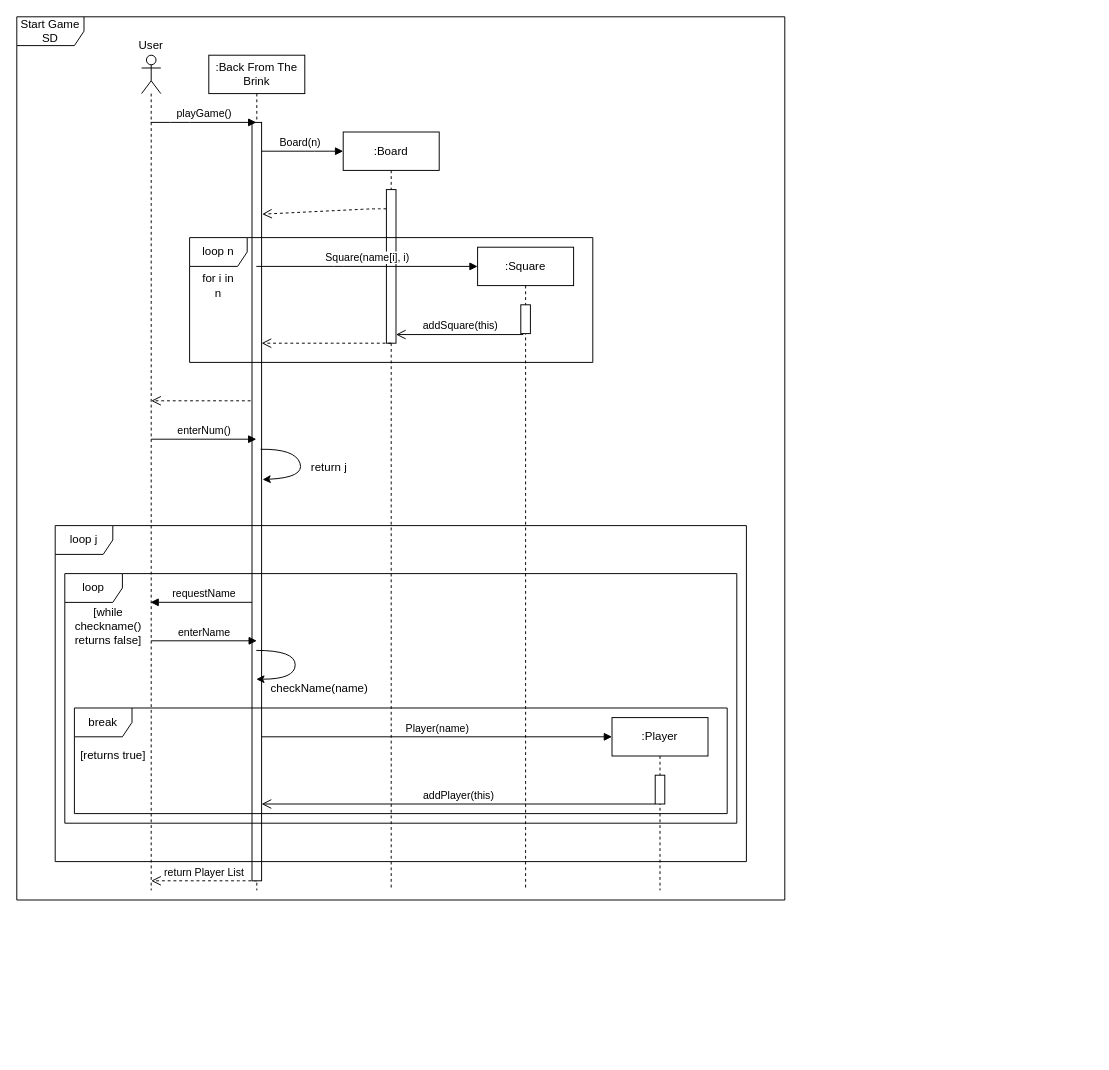
Earlier version of the draw.io diagram Start Game SD (draft).drawio (cmcgarry5/csc2058-2021-g25). Source tidied: cells renumbered, new cells numbered last; positions are measured from the earlier drawing's top-left corner, leaving out a move shared by most shapes. Both pictures are drawn from the tidied source at 96%, with x=0, y=0 at pixel (16, 16).
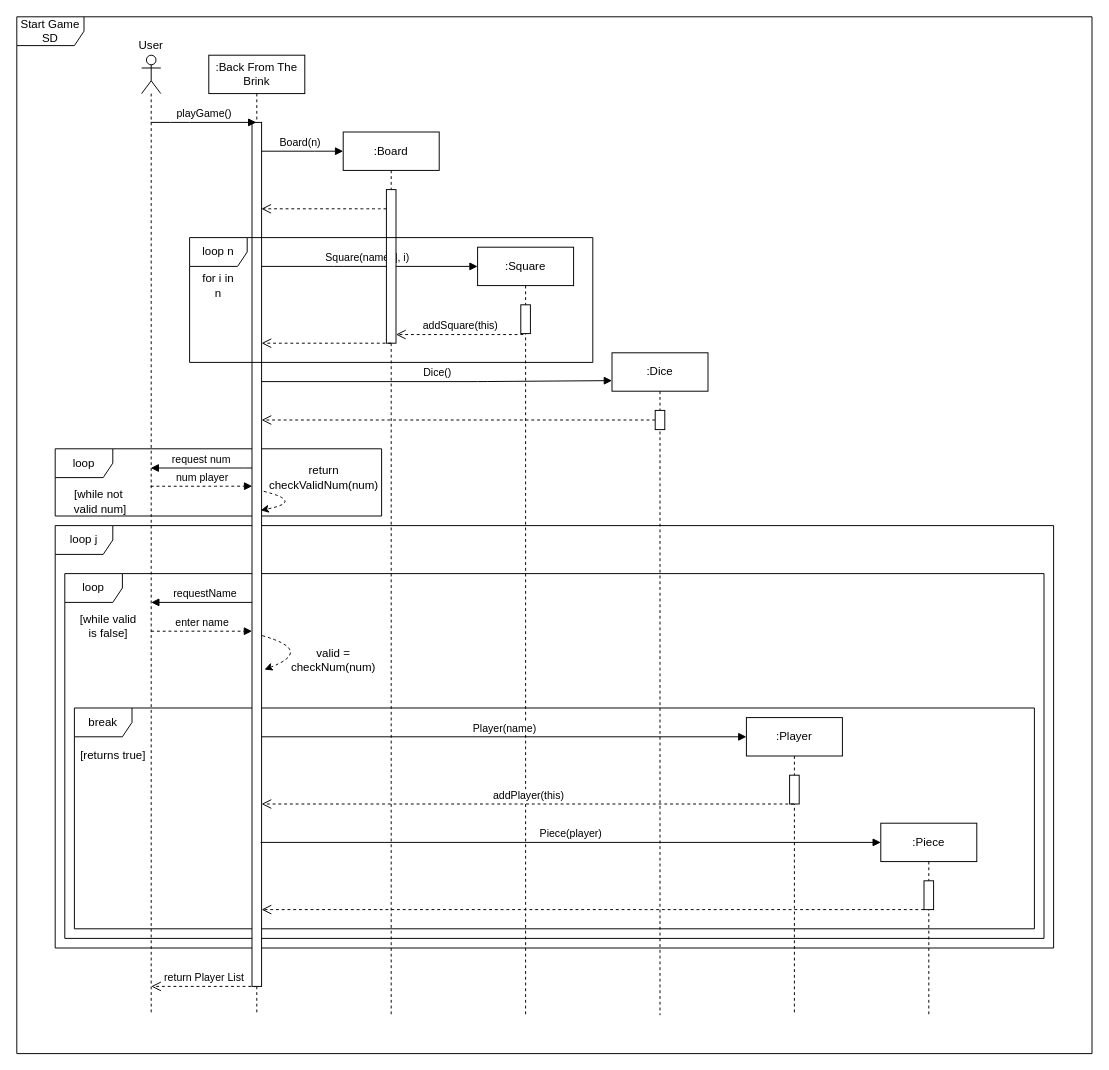
The same diagram, later.

Unchanged cells that the change refers to:
```xml
<mxCell id="12" style="html=1;points=[];perimeter=orthogonalPerimeter;" parent="11" vertex="1">
  <mxGeometry x="45" y="60" width="10" height="160" as="geometry" />
</mxCell>
<mxCell id="18" style="html=1;points=[];perimeter=orthogonalPerimeter;" parent="17" vertex="1">
  <mxGeometry x="45" y="60" width="10" height="30" as="geometry" />
</mxCell>
```

The edit, as a diff of the source:
```diff
@@
+    <mxCell id="19" value="Square(name[i], i)" style="html=1;verticalAlign=bottom;endArrow=block;" parent="1" edge="1" source="8">
+      <mxGeometry relative="1" as="geometry">
+        <mxPoint x="480" y="260" as="targetPoint" />
+        <Array as="points">
+          <mxPoint x="330" y="260" />
+        </Array>
+      </mxGeometry>
+    </mxCell>
+    <mxCell id="33" value="break" style="shape=umlFrame;whiteSpace=wrap;html=1;" parent="1" vertex="1">
+      <mxGeometry x="60" y="720" width="1000" height="230" as="geometry" />
+    </mxCell>
+    <mxCell id="36" value="Start Game SD" style="shape=umlFrame;whiteSpace=wrap;html=1;width=70;height=30;" parent="1" vertex="1">
+      <mxGeometry width="1120" height="1080" as="geometry" />
+    </mxCell>
+    <mxCell id="35" value="loop j" style="shape=umlFrame;whiteSpace=wrap;html=1;" parent="1" vertex="1">
+      <mxGeometry x="40" y="530" width="1040" height="440" as="geometry" />
+    </mxCell>
+    <mxCell id="37" value="loop" style="shape=umlFrame;whiteSpace=wrap;html=1;" parent="1" vertex="1">
+      <mxGeometry x="40" y="450" width="340" height="70" as="geometry" />
+    </mxCell>
+    <mxCell id="34" value="loop" style="shape=umlFrame;whiteSpace=wrap;html=1;" parent="1" vertex="1">
+      <mxGeometry x="50" y="580" width="1020" height="380" as="geometry" />
+    </mxCell>
@@
-    <mxCell id="3" style="html=1;verticalAlign=bottom;endArrow=open;dashed=1;endSize=8;" parent="1" edge="1" source="8">
-      <mxGeometry relative="1" as="geometry">
-        <mxPoint x="140" y="400" as="targetPoint" />
-      </mxGeometry>
-    </mxCell>
     <mxCell id="4" value="return Player List" style="html=1;verticalAlign=bottom;endArrow=open;dashed=1;endSize=8;" parent="1" edge="1">
       <mxGeometry relative="1" as="geometry">
-        <mxPoint x="250.2" y="900" as="sourcePoint" />
-        <mxPoint x="140" y="900" as="targetPoint" />
+        <mxPoint x="250.2" y="1010" as="sourcePoint" />
+        <mxPoint x="140" y="1010" as="targetPoint" />
         <Array as="points">
-          <mxPoint x="220.7" y="900" />
+          <mxPoint x="220.7" y="1010" />
         </Array>
       </mxGeometry>
     </mxCell>
     <mxCell id="5" value="requestName" style="html=1;verticalAlign=bottom;endArrow=block;exitX=0.5;exitY=0.63;exitDx=0;exitDy=0;exitPerimeter=0;" parent="1" edge="1">
       <mxGeometry relative="1" as="geometry">
-        <mxPoint x="250" y="609.9" as="sourcePoint" />
-        <mxPoint x="139.3" y="609.9" as="targetPoint" />
+        <mxPoint x="250.7" y="610" as="sourcePoint" />
+        <mxPoint x="140" y="610" as="targetPoint" />
       </mxGeometry>
     </mxCell>
-    <mxCell id="6" style="html=1;verticalAlign=bottom;endArrow=open;dashed=1;endSize=8;entryX=1.06;entryY=0.121;entryDx=0;entryDy=0;entryPerimeter=0;" parent="1" edge="1" source="12" target="9">
+    <mxCell id="6" style="html=1;verticalAlign=bottom;endArrow=open;dashed=1;endSize=8;entryX=0.976;entryY=0.1;entryDx=0;entryDy=0;entryPerimeter=0;" parent="1" edge="1" source="12" target="9">
       <mxGeometry relative="1" as="geometry">
         <Array as="points">
           <mxPoint x="370" y="200" />
         </Array>
       </mxGeometry>
     </mxCell>
     <mxCell id="7" style="shape=umlLifeline;participant=umlActor;perimeter=lifelinePerimeter;whiteSpace=wrap;html=1;verticalAlign=top;spacingTop=36;outlineConnect=0;" parent="1" vertex="1">
-      <mxGeometry x="130" y="40" width="20" height="870" as="geometry" />
+      <mxGeometry x="130" y="40" width="20" height="1000" as="geometry" />
     </mxCell>
     <mxCell id="8" value=":Back From The Brink" style="shape=umlLifeline;perimeter=lifelinePerimeter;whiteSpace=wrap;html=1;outlineConnect=0;" parent="1" vertex="1">
-      <mxGeometry x="200" y="40" width="100" height="870" as="geometry" />
+      <mxGeometry x="200" y="40" width="100" height="1000" as="geometry" />
     </mxCell>
     <mxCell id="9" style="html=1;points=[];perimeter=orthogonalPerimeter;" parent="8" vertex="1">
-      <mxGeometry x="45" y="70" width="10" height="790" as="geometry" />
+      <mxGeometry x="45" y="70" width="10" height="900" as="geometry" />
     </mxCell>
-    <mxCell id="10" style="curved=1;endArrow=classic;html=1;exitX=0.9;exitY=0.431;exitDx=0;exitDy=0;exitPerimeter=0;" parent="8" edge="1" source="9">
-      <mxGeometry relative="1" as="geometry">
-        <mxPoint x="56" y="442" as="targetPoint" />
-        <Array as="points">
-          <mxPoint x="90" y="410" />
-          <mxPoint x="100" y="440" />
-        </Array>
-      </mxGeometry>
-    </mxCell>
+    <mxCell id="38" style="curved=1;endArrow=classic;html=1;dashed=1;entryX=0.9;entryY=0.449;entryDx=0;entryDy=0;entryPerimeter=0;exitX=1.22;exitY=0.427;exitDx=0;exitDy=0;exitPerimeter=0;" parent="8" edge="1" source="9" target="9">
+      <mxGeometry relative="1" as="geometry">
+        <Array as="points">
+          <mxPoint x="100" y="465" />
+        </Array>
+      </mxGeometry>
+    </mxCell>
+    <mxCell id="39" style="curved=1;endArrow=classic;html=1;dashed=1;exitX=1.06;exitY=0.594;exitDx=0;exitDy=0;exitPerimeter=0;" parent="8" edge="1" source="9">
+      <mxGeometry relative="1" as="geometry">
+        <mxPoint x="58" y="640" as="targetPoint" />
+        <Array as="points">
+          <mxPoint x="110" y="620" />
+        </Array>
+      </mxGeometry>
+    </mxCell>
     <mxCell id="11" value=":Board" style="shape=umlLifeline;perimeter=lifelinePerimeter;whiteSpace=wrap;html=1;" parent="1" vertex="1">
-      <mxGeometry x="340" y="120" width="100" height="790" as="geometry" />
+      <mxGeometry x="340" y="120" width="100" height="920" as="geometry" />
     </mxCell>
@@
     <mxCell id="17" value=":Square" style="shape=umlLifeline;perimeter=lifelinePerimeter;whiteSpace=wrap;html=1;" parent="1" vertex="1">
-      <mxGeometry x="480" y="240" width="100" height="670" as="geometry" />
+      <mxGeometry x="480" y="240" width="100" height="800" as="geometry" />
     </mxCell>
@@
-    <mxCell id="19" value="Square(name[i], i)" style="html=1;verticalAlign=bottom;endArrow=block;" parent="1" edge="1" source="8">
-      <mxGeometry relative="1" as="geometry">
-        <mxPoint x="480" y="260" as="targetPoint" />
-        <Array as="points">
-          <mxPoint x="330" y="260" />
-        </Array>
-      </mxGeometry>
-    </mxCell>
-    <mxCell id="20" value="addSquare(this)" style="html=1;verticalAlign=bottom;endArrow=open;endSize=8;exitX=0.26;exitY=1.033;exitDx=0;exitDy=0;exitPerimeter=0;" parent="1" edge="1" source="18" target="12">
+    <mxCell id="20" value="addSquare(this)" style="html=1;verticalAlign=bottom;endArrow=open;endSize=8;exitX=0.26;exitY=1.033;exitDx=0;exitDy=0;exitPerimeter=0;dashed=1;" parent="1" edge="1" source="18" target="12">
       <mxGeometry relative="1" as="geometry" />
     </mxCell>
@@
-    <mxCell id="22" value="enterNum()" style="html=1;verticalAlign=bottom;endArrow=block;" parent="1" edge="1" target="8">
+    <mxCell id="22" value="num player" style="html=1;verticalAlign=bottom;endArrow=block;dashed=1;entryX=0.02;entryY=0.421;entryDx=0;entryDy=0;entryPerimeter=0;" parent="1" edge="1" source="7" target="9">
       <mxGeometry relative="1" as="geometry">
-        <mxPoint x="140" y="440" as="sourcePoint" />
+        <Array as="points">
+          <mxPoint x="210" y="489" />
+        </Array>
       </mxGeometry>
     </mxCell>
-    <mxCell id="23" value="return j" style="text;html=1;align=center;verticalAlign=middle;" parent="1" vertex="1">
-      <mxGeometry x="300" y="460" width="50" height="20" as="geometry" />
-    </mxCell>
-    <mxCell id="24" value="enterName" style="html=1;verticalAlign=bottom;endArrow=block;entryX=0.5;entryY=0.685;entryDx=0;entryDy=0;entryPerimeter=0;" parent="1" edge="1">
+    <mxCell id="24" value="enter name" style="html=1;verticalAlign=bottom;endArrow=block;dashed=1;" parent="1" edge="1" target="9">
       <mxGeometry relative="1" as="geometry">
-        <mxPoint x="140" y="650" as="sourcePoint" />
-        <mxPoint x="250" y="650" as="targetPoint" />
+        <mxPoint x="140" y="640" as="sourcePoint" />
       </mxGeometry>
     </mxCell>
-    <mxCell id="25" style="curved=1;endArrow=classic;html=1;" parent="1" edge="1">
-      <mxGeometry relative="1" as="geometry">
-        <mxPoint x="249.5" y="660" as="sourcePoint" />
-        <mxPoint x="249.5" y="690" as="targetPoint" />
-        <Array as="points">
-          <mxPoint x="290" y="660" />
-          <mxPoint x="290" y="690" />
-        </Array>
-      </mxGeometry>
-    </mxCell>
-    <mxCell id="26" value="checkName(name)" style="text;html=1;align=center;verticalAlign=middle;" parent="1" vertex="1">
-      <mxGeometry x="255" y="690" width="120" height="20" as="geometry" />
-    </mxCell>
     <mxCell id="27" value="Player(name)" style="html=1;verticalAlign=bottom;endArrow=block;" parent="1" edge="1">
       <mxGeometry relative="1" as="geometry">
         <mxPoint x="255" y="750" as="sourcePoint" />
-        <mxPoint x="620" y="750" as="targetPoint" />
+        <mxPoint x="760" y="750" as="targetPoint" />
       </mxGeometry>
     </mxCell>
     <mxCell id="28" value=":Player" style="shape=umlLifeline;perimeter=lifelinePerimeter;whiteSpace=wrap;html=1;outlineConnect=0;" parent="1" vertex="1">
-      <mxGeometry x="620" y="730" width="100" height="180" as="geometry" />
+      <mxGeometry x="760" y="730" width="100" height="310" as="geometry" />
     </mxCell>
@@
-    <mxCell id="30" value="addPlayer(this)" style="html=1;verticalAlign=bottom;endArrow=open;endSize=8;" parent="1" edge="1">
+    <mxCell id="30" value="addPlayer(this)" style="html=1;verticalAlign=bottom;endArrow=open;endSize=8;dashed=1;" parent="1" edge="1" source="28">
       <mxGeometry relative="1" as="geometry">
-        <mxPoint x="665" y="820" as="sourcePoint" />
         <mxPoint x="255" y="820" as="targetPoint" />
       </mxGeometry>
     </mxCell>
-    <mxCell id="31" value="[while&lt;br&gt;&amp;nbsp;checkname()&amp;nbsp;&lt;br&gt;returns false]" style="text;html=1;align=center;verticalAlign=middle;" parent="1" vertex="1">
+    <mxCell id="31" value="[while valid &lt;br&gt;is false]" style="text;html=1;align=center;verticalAlign=middle;" parent="1" vertex="1">
       <mxGeometry x="50" y="610" width="90" height="50" as="geometry" />
     </mxCell>
@@
-    <mxCell id="33" value="break" style="shape=umlFrame;whiteSpace=wrap;html=1;" parent="1" vertex="1">
-      <mxGeometry x="60" y="720" width="680" height="110" as="geometry" />
-    </mxCell>
-    <mxCell id="34" value="loop" style="shape=umlFrame;whiteSpace=wrap;html=1;" parent="1" vertex="1">
-      <mxGeometry x="50" y="580" width="700" height="260" as="geometry" />
-    </mxCell>
-    <mxCell id="35" value="loop j" style="shape=umlFrame;whiteSpace=wrap;html=1;" parent="1" vertex="1">
-      <mxGeometry x="40" y="530" width="720" height="350" as="geometry" />
-    </mxCell>
-    <mxCell id="36" value="Start Game SD" style="shape=umlFrame;whiteSpace=wrap;html=1;width=70;height=30;" parent="1" vertex="1">
-      <mxGeometry width="800" height="920" as="geometry" />
-    </mxCell>
+    <mxCell id="40" value="Dice()" style="html=1;verticalAlign=bottom;endArrow=block;entryX=0;entryY=0.042;entryDx=0;entryDy=0;entryPerimeter=0;" parent="1" edge="1" source="9" target="50">
+      <mxGeometry relative="1" as="geometry">
+        <Array as="points">
+          <mxPoint x="480" y="380" />
+        </Array>
+      </mxGeometry>
+    </mxCell>
+    <mxCell id="41" style="html=1;verticalAlign=bottom;endArrow=open;dashed=1;endSize=8;" parent="1" edge="1" source="51" target="9">
+      <mxGeometry relative="1" as="geometry" />
+    </mxCell>
+    <mxCell id="42" value=":Piece" style="shape=umlLifeline;perimeter=lifelinePerimeter;whiteSpace=wrap;html=1;" parent="1" vertex="1">
+      <mxGeometry x="900" y="840" width="100" height="200" as="geometry" />
+    </mxCell>
+    <mxCell id="43" style="html=1;points=[];perimeter=orthogonalPerimeter;" parent="42" vertex="1">
+      <mxGeometry x="45" y="60" width="10" height="30" as="geometry" />
+    </mxCell>
+    <mxCell id="44" value="Piece(player)" style="html=1;verticalAlign=bottom;endArrow=block;" parent="1" edge="1">
+      <mxGeometry relative="1" as="geometry">
+        <mxPoint x="254" y="860" as="sourcePoint" />
+        <mxPoint x="900" y="860" as="targetPoint" />
+      </mxGeometry>
+    </mxCell>
+    <mxCell id="45" style="html=1;verticalAlign=bottom;endArrow=open;endSize=8;dashed=1;" parent="1" edge="1" source="43">
+      <mxGeometry relative="1" as="geometry">
+        <mxPoint x="255" y="930" as="targetPoint" />
+      </mxGeometry>
+    </mxCell>
+    <mxCell id="46" value="request num" style="html=1;verticalAlign=bottom;endArrow=block;" parent="1" edge="1" target="7">
+      <mxGeometry relative="1" as="geometry">
+        <mxPoint x="245" y="470" as="sourcePoint" />
+        <Array as="points">
+          <mxPoint x="230" y="470" />
+        </Array>
+      </mxGeometry>
+    </mxCell>
+    <mxCell id="47" value="[while not&lt;br&gt;&amp;nbsp;valid num]" style="text;html=1;align=center;verticalAlign=middle;" parent="1" vertex="1">
+      <mxGeometry x="50" y="490" width="70" height="30" as="geometry" />
+    </mxCell>
+    <mxCell id="48" value="return checkValidNum(num)" style="text;html=1;strokeColor=none;fillColor=none;align=center;verticalAlign=middle;whiteSpace=wrap;rounded=0;" parent="1" vertex="1">
+      <mxGeometry x="300" y="470" width="40" height="20" as="geometry" />
+    </mxCell>
+    <mxCell id="49" value="valid = checkNum(num)" style="text;html=1;strokeColor=none;fillColor=none;align=center;verticalAlign=middle;whiteSpace=wrap;rounded=0;" parent="1" vertex="1">
+      <mxGeometry x="310" y="660" width="40" height="20" as="geometry" />
+    </mxCell>
+    <mxCell id="50" value=":Dice" style="shape=umlLifeline;perimeter=lifelinePerimeter;whiteSpace=wrap;html=1;outlineConnect=0;" parent="1" vertex="1">
+      <mxGeometry x="620" y="350" width="100" height="690" as="geometry" />
+    </mxCell>
+    <mxCell id="51" style="html=1;points=[];perimeter=orthogonalPerimeter;" parent="50" vertex="1">
+      <mxGeometry x="45" y="60" width="10" height="20" as="geometry" />
+    </mxCell>
```
